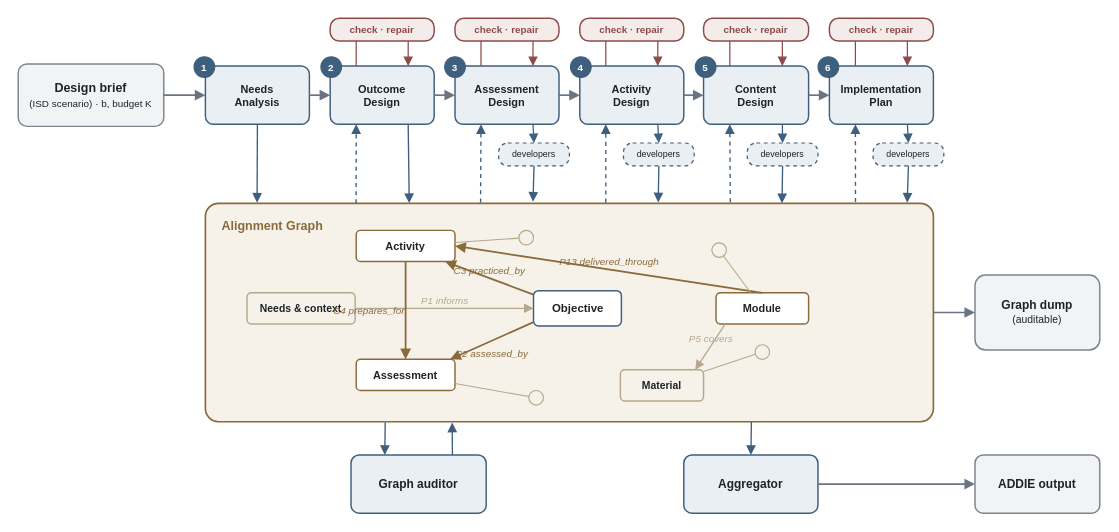
phuongbv00/alignmentgraph-isd keeps this draw.io diagram as docs/paper/acm/figures/architecture.drawio. Above is the earlier version. Source tidied: cells renumbered, new cells numbered last; positions are measured from the earlier drawing's top-left corner, leaving out a move shared by most shapes. Both pictures are drawn from the tidied source at 104%, with x=0, y=0 at pixel (18, 18).
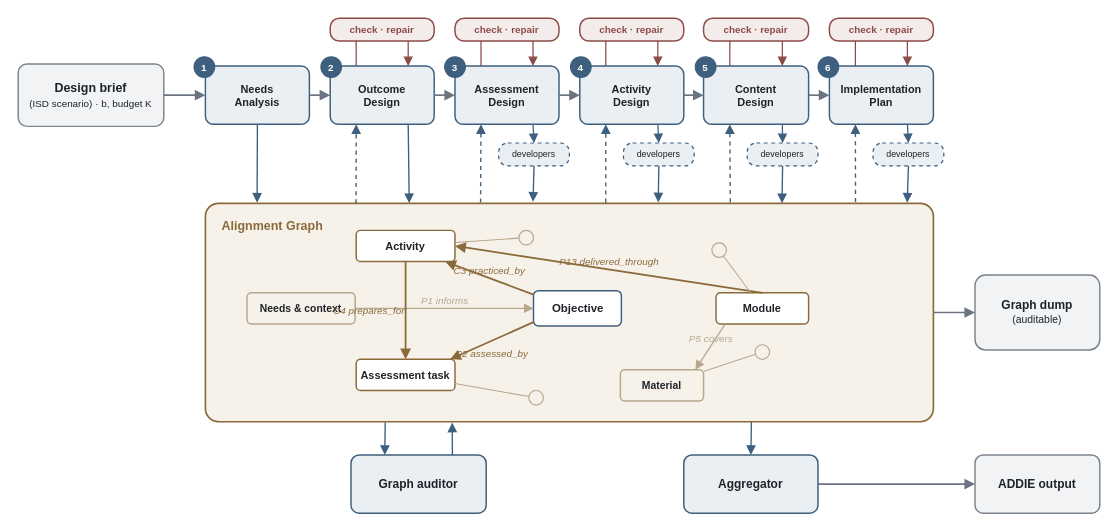
The same diagram, later.

Commit message (it also covers changes not shown here):
Bring CLAUDE.md and the architecture figure to the task element

The edit, as a diff of the source:
```diff
@@
-    <mxCell id="58" value="Assessment" style="rounded=1;arcSize=14;whiteSpace=wrap;html=1;fillColor=#FFFFFF;strokeColor=#8A6A3B;strokeWidth=1.4;fontColor=#1F2328;fontSize=10.5;fontFamily=Helvetica;fontStyle=1;verticalAlign=middle;align=center;" parent="1" vertex="1">
+    <mxCell id="58" value="Assessment task" style="rounded=1;arcSize=14;whiteSpace=wrap;html=1;fillColor=#FFFFFF;strokeColor=#8A6A3B;strokeWidth=1.4;fontColor=#1F2328;fontSize=10.5;fontFamily=Helvetica;fontStyle=1;verticalAlign=middle;align=center;" parent="1" vertex="1">
       <mxGeometry x="325" y="328" width="95" height="30" as="geometry" />
     </mxCell>
```
